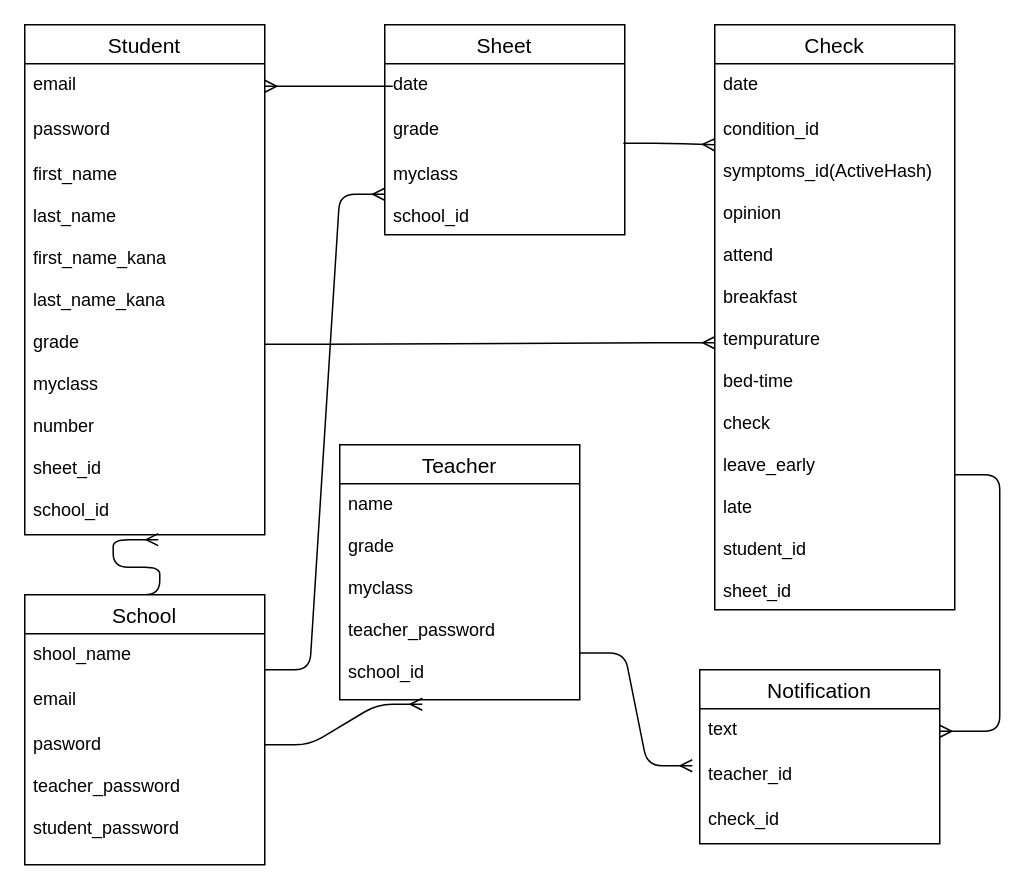
The draw.io diagram ER.dio in masataku/health_check, before the edit. Source tidied: cells renumbered, new cells numbered last; positions are measured from the earlier drawing's top-left corner, leaving out a move shared by most shapes. Both pictures are drawn from the tidied source at 150%, with x=0, y=0 at pixel (24, 24).
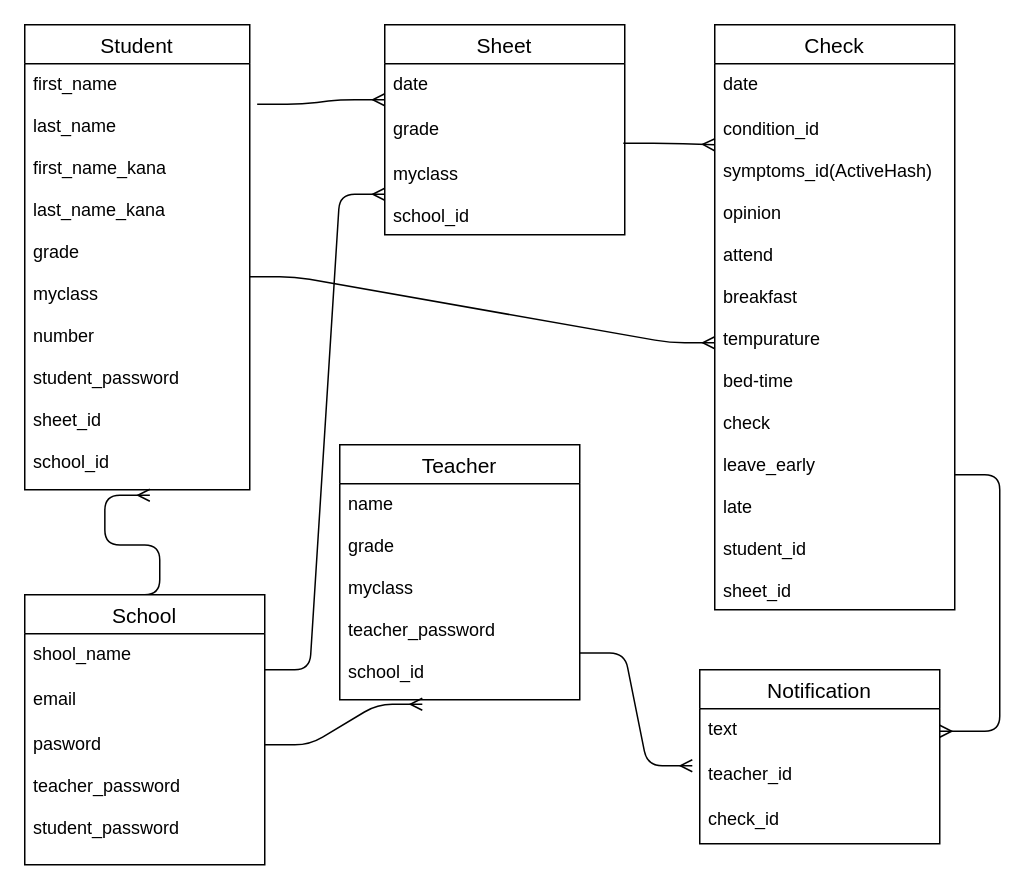
Above is the later version.

The edit, as a diff of the source:
```diff
@@
     <mxCell id="2" value="Student" style="swimlane;fontStyle=0;horizontal=1;startSize=26;align=center;fontSize=14;" parent="1" vertex="1">
-      <mxGeometry width="160" height="340" as="geometry" />
+      <mxGeometry width="150" height="310" as="geometry" />
     </mxCell>
-    <mxCell id="3" value="email" style="text;strokeColor=none;fillColor=none;spacingLeft=4;spacingRight=4;overflow=hidden;points=[[0,0.5],[1,0.5]];portConstraint=eastwest;fontSize=12;" parent="2" vertex="1">
-      <mxGeometry y="26" width="160" height="30" as="geometry" />
-    </mxCell>
-    <mxCell id="4" value="password" style="text;strokeColor=none;fillColor=none;spacingLeft=4;spacingRight=4;overflow=hidden;fontSize=12;" parent="2" vertex="1">
-      <mxGeometry y="56" width="160" height="30" as="geometry" />
-    </mxCell>
-    <mxCell id="5" value="first_name&#10;&#10;last_name&#10;&#10;first_name_kana&#10;&#10;last_name_kana&#10;&#10;grade&#10;&#10;myclass&#10;&#10;number&#10;&#10;sheet_id&#10;&#10;school_id" style="text;strokeColor=none;fillColor=none;spacingLeft=4;spacingRight=4;overflow=hidden;points=[[0,0.5],[1,0.5]];portConstraint=eastwest;fontSize=12;" parent="2" vertex="1">
-      <mxGeometry y="86" width="160" height="254" as="geometry" />
+    <mxCell id="5" value="first_name&#10;&#10;last_name&#10;&#10;first_name_kana&#10;&#10;last_name_kana&#10;&#10;grade&#10;&#10;myclass&#10;&#10;number&#10;&#10;student_password&#10;&#10;sheet_id&#10;&#10;school_id" style="text;strokeColor=none;fillColor=none;spacingLeft=4;spacingRight=4;overflow=hidden;points=[[0,0.5],[1,0.5]];portConstraint=eastwest;fontSize=12;" parent="2" vertex="1">
+      <mxGeometry y="26" width="150" height="284" as="geometry" />
     </mxCell>
@@
-    <mxCell id="21" style="edgeStyle=entityRelationEdgeStyle;fontSize=12;html=1;endArrow=ERmany;entryX=1;entryY=0.5;entryDx=0;entryDy=0;" parent="1" edge="1" target="3">
-      <mxGeometry relative="1" as="geometry">
-        <mxPoint x="220" y="41" as="sourcePoint" />
-      </mxGeometry>
-    </mxCell>
@@
+    <mxCell id="31" style="edgeStyle=entityRelationEdgeStyle;fontSize=12;html=1;endArrow=ERmany;exitX=1.033;exitY=0.095;exitDx=0;exitDy=0;exitPerimeter=0;" parent="1" edge="1" source="5">
+      <mxGeometry relative="1" as="geometry">
+        <mxPoint x="240" y="50" as="targetPoint" />
+      </mxGeometry>
+    </mxCell>
```
